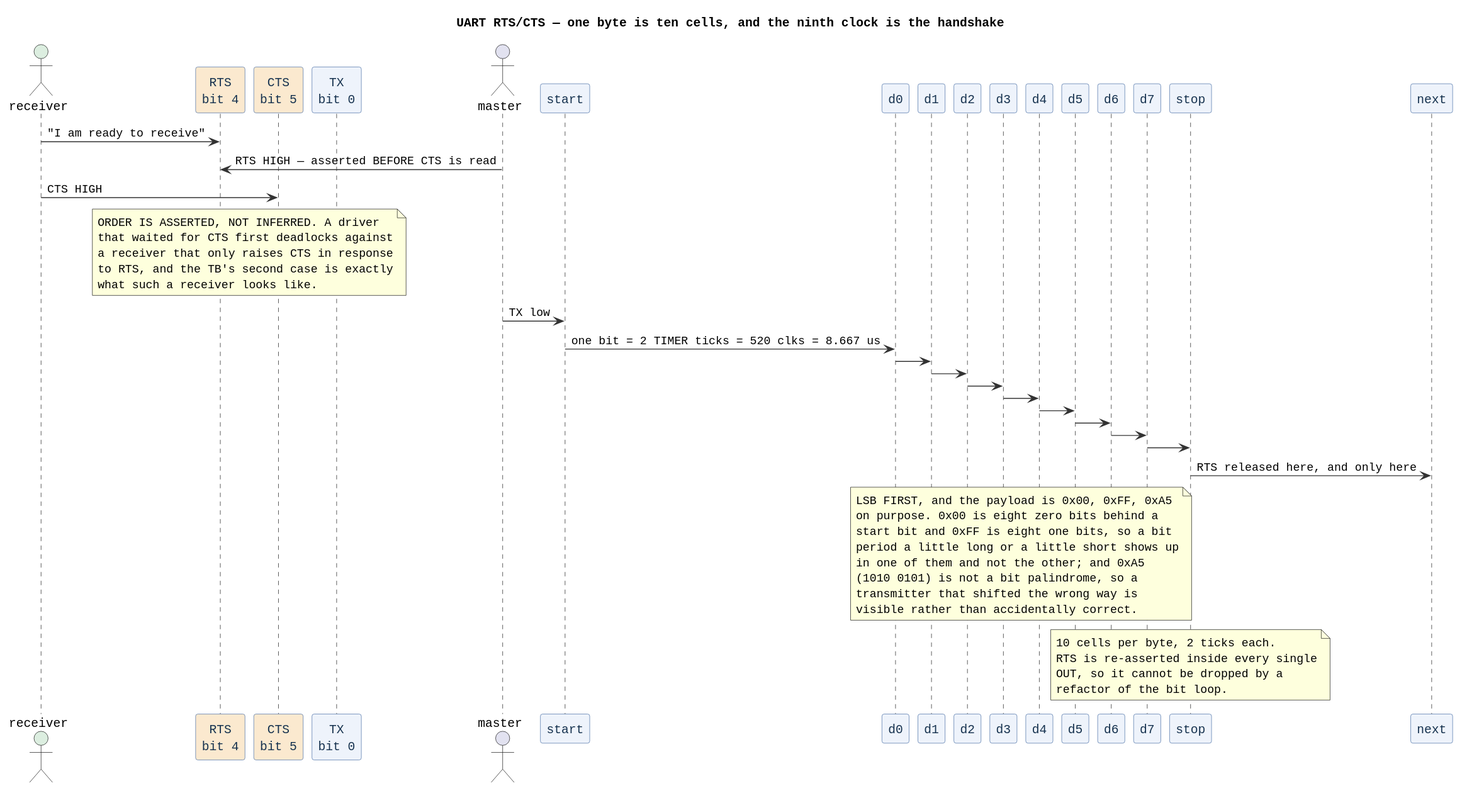
This is diagrams/proto-uart-flow_001.svg from smprather/janestreet-blog-serial-protocol-emulator, a PlantUML export, as it was before one commit. Source of this version:
```plantuml
@startuml
title UART RTS/CTS — one byte is ten cells, and the ninth clock is the handshake
skinparam defaultFontName Monospaced
skinparam ParticipantBackgroundColor #eef3fb
skinparam ParticipantBorderColor #4a6fa5
skinparam ParticipantFontColor #16324f
skinparam SequenceGroupBackgroundColor #fbfbfb
skinparam SequenceGroupBorderColor #b0b0b0
skinparam ArrowColor #333333

actor "receiver" as R #dceee0
participant "RTS\nbit 4" as RTS #fbe9cf
participant "CTS\nbit 5" as CTS #fbe9cf
participant "TX\nbit 0" as TX
actor "master" as M

R -> RTS : "I am ready to receive"
M -> RTS : RTS HIGH — asserted BEFORE CTS is read
R -> CTS : CTS HIGH
note over RTS, CTS
  ORDER IS ASSERTED, NOT INFERRED. A driver
  that waited for CTS first deadlocks against
  a receiver that only raises CTS in response
  to RTS, and the TB's second case is exactly
  what such a receiver looks like.
end note
participant "start" as st
participant "d0" as d0
participant "d1" as d1
participant "d2" as d2
participant "d3" as d3
participant "d4" as d4
participant "d5" as d5
participant "d6" as d6
participant "d7" as d7
participant "stop" as sp
participant "next" as nx

M -> st : TX low
st -> d0 : one bit = 2 TIMER ticks = 520 clks = 8.667 us
d0 -> d1
d1 -> d2
d2 -> d3
d3 -> d4
d4 -> d5
d5 -> d6
d6 -> d7
d7 -> sp
sp -> nx : RTS released here, and only here
note over d0, d7
  LSB FIRST, and the payload is 0x00, 0xFF, 0xA5
  on purpose. 0x00 is eight zero bits behind a
  start bit and 0xFF is eight one bits, so a bit
  period a little long or a little short shows up
  in one of them and not the other; and 0xA5
  (1010 0101) is not a bit palindrome, so a
  transmitter that shifted the wrong way is
  visible rather than accidentally correct.
end note
note over sp
  10 cells per byte, 2 ticks each.
  RTS is re-asserted inside every single
  OUT, so it cannot be dropped by a
  refactor of the bit loop.
end note
@enduml
```
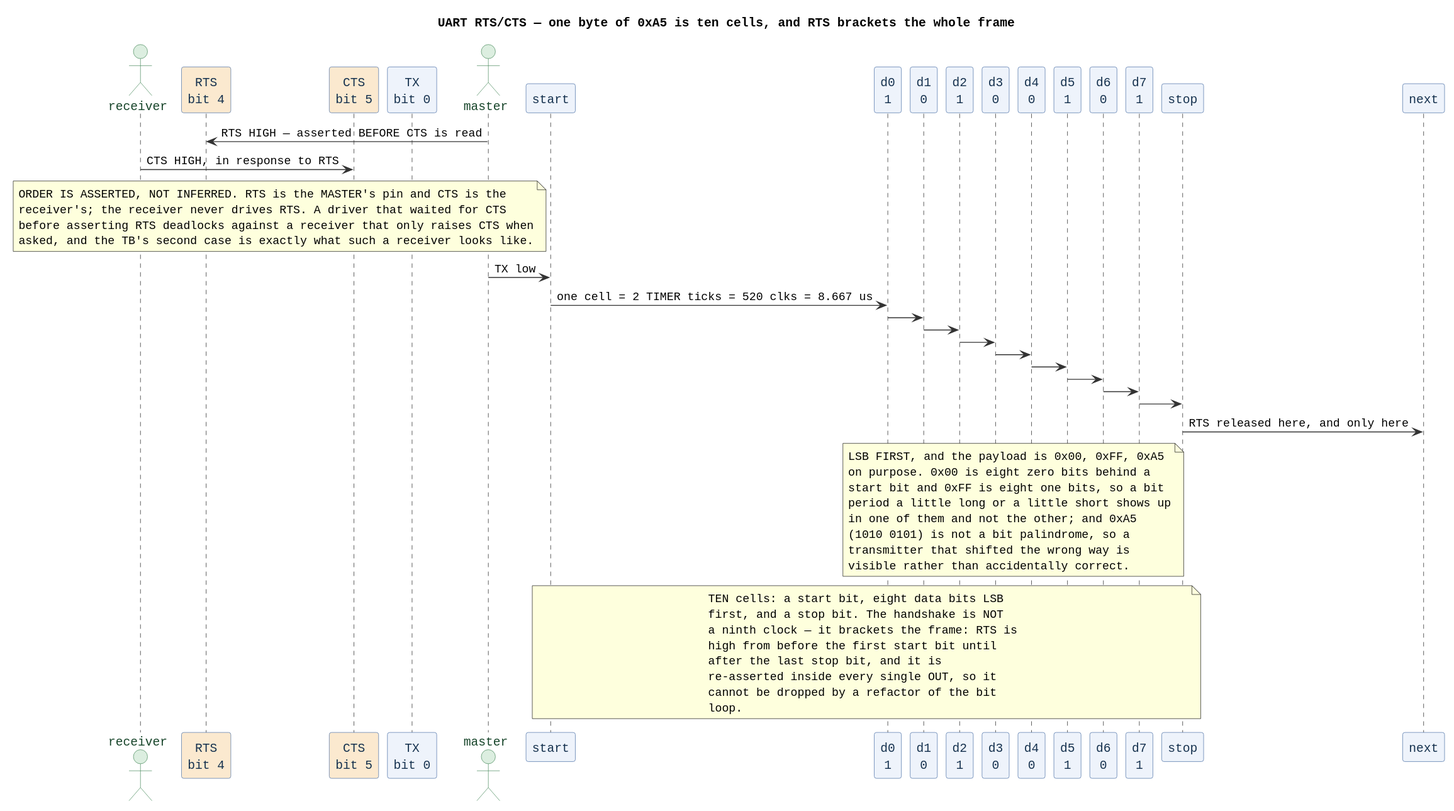
The same file after the commit.

The edit, as a diff of the source:
```diff
@@ -1,43 +1,44 @@
 @startuml
-title UART RTS/CTS — one byte is ten cells, and the ninth clock is the handshake
+title UART RTS/CTS — one byte of 0xA5 is ten cells, and RTS brackets the whole frame
 skinparam defaultFontName Monospaced
 skinparam ParticipantBackgroundColor #eef3fb
 skinparam ParticipantBorderColor #4a6fa5
 skinparam ParticipantFontColor #16324f
+skinparam ActorBackgroundColor #dceee0
+skinparam ActorBorderColor #4a8a5c
+skinparam ActorFontColor #17452a
 skinparam SequenceGroupBackgroundColor #fbfbfb
 skinparam SequenceGroupBorderColor #b0b0b0
 skinparam ArrowColor #333333
 
-actor "receiver" as R #dceee0
+actor "receiver" as R
 participant "RTS\nbit 4" as RTS #fbe9cf
 participant "CTS\nbit 5" as CTS #fbe9cf
 participant "TX\nbit 0" as TX
 actor "master" as M
 
-R -> RTS : "I am ready to receive"
 M -> RTS : RTS HIGH — asserted BEFORE CTS is read
-R -> CTS : CTS HIGH
+R -> CTS : CTS HIGH, in response to RTS
 note over RTS, CTS
-  ORDER IS ASSERTED, NOT INFERRED. A driver
-  that waited for CTS first deadlocks against
-  a receiver that only raises CTS in response
-  to RTS, and the TB's second case is exactly
-  what such a receiver looks like.
+  ORDER IS ASSERTED, NOT INFERRED. RTS is the MASTER's pin and CTS is the
+  receiver's; the receiver never drives RTS. A driver that waited for CTS
+  before asserting RTS deadlocks against a receiver that only raises CTS when
+  asked, and the TB's second case is exactly what such a receiver looks like.
 end note
 participant "start" as st
-participant "d0" as d0
-participant "d1" as d1
-participant "d2" as d2
-participant "d3" as d3
-participant "d4" as d4
-participant "d5" as d5
-participant "d6" as d6
-participant "d7" as d7
+participant "d0\n1" as d0
+participant "d1\n0" as d1
+participant "d2\n1" as d2
+participant "d3\n0" as d3
+participant "d4\n0" as d4
+participant "d5\n1" as d5
+participant "d6\n0" as d6
+participant "d7\n1" as d7
 participant "stop" as sp
 participant "next" as nx
 
 M -> st : TX low
-st -> d0 : one bit = 2 TIMER ticks = 520 clks = 8.667 us
+st -> d0 : one cell = 2 TIMER ticks = 520 clks = 8.667 us
 d0 -> d1
 d1 -> d2
 d2 -> d3
@@ -57,10 +58,14 @@
   transmitter that shifted the wrong way is
   visible rather than accidentally correct.
 end note
-note over sp
-  10 cells per byte, 2 ticks each.
-  RTS is re-asserted inside every single
-  OUT, so it cannot be dropped by a
-  refactor of the bit loop.
+note over st, sp
+  TEN cells: a start bit, eight data bits LSB
+  first, and a stop bit. The handshake is NOT
+  a ninth clock — it brackets the frame: RTS is
+  high from before the first start bit until
+  after the last stop bit, and it is
+  re-asserted inside every single OUT, so it
+  cannot be dropped by a refactor of the bit
+  loop.
 end note
 @enduml
```
